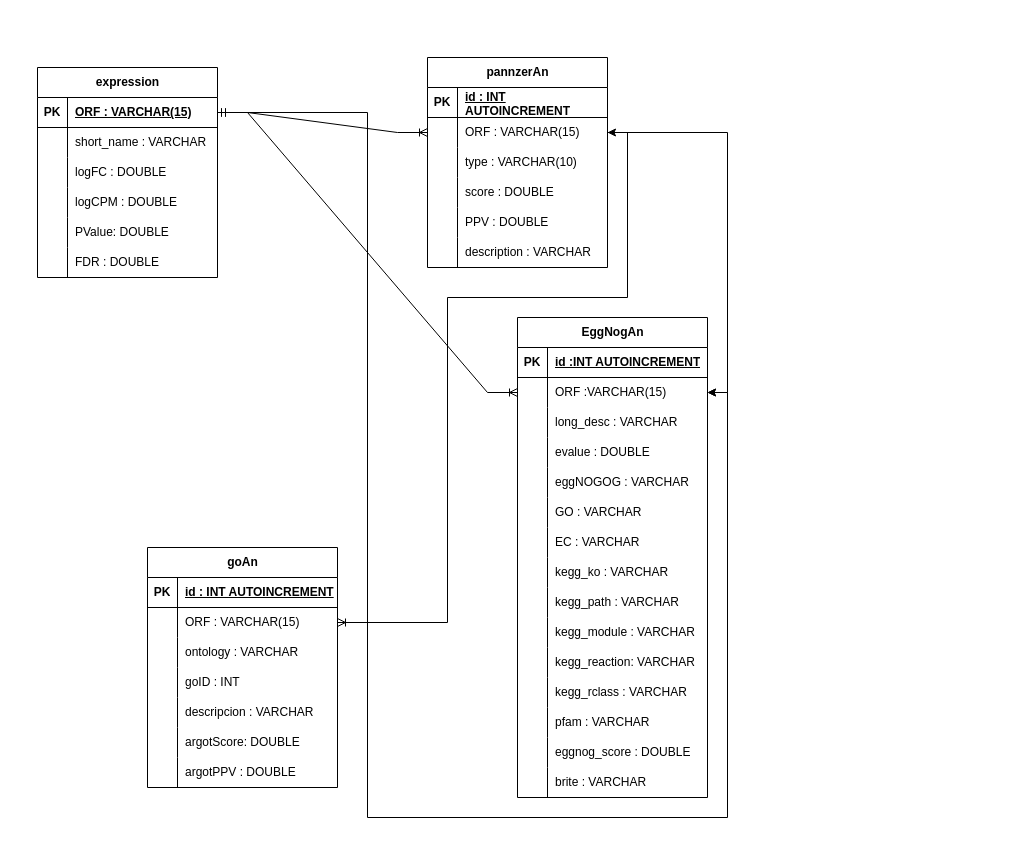
Earlier version of the draw.io diagram transcriptDB.drawio (cpatarroyo/transcriptDB). Source tidied: cells renumbered, new cells numbered last; positions are measured from the earlier drawing's top-left corner, leaving out a move shared by most shapes. Both pictures are drawn from the tidied source at 100%, with x=0, y=0 at pixel (37, 57).
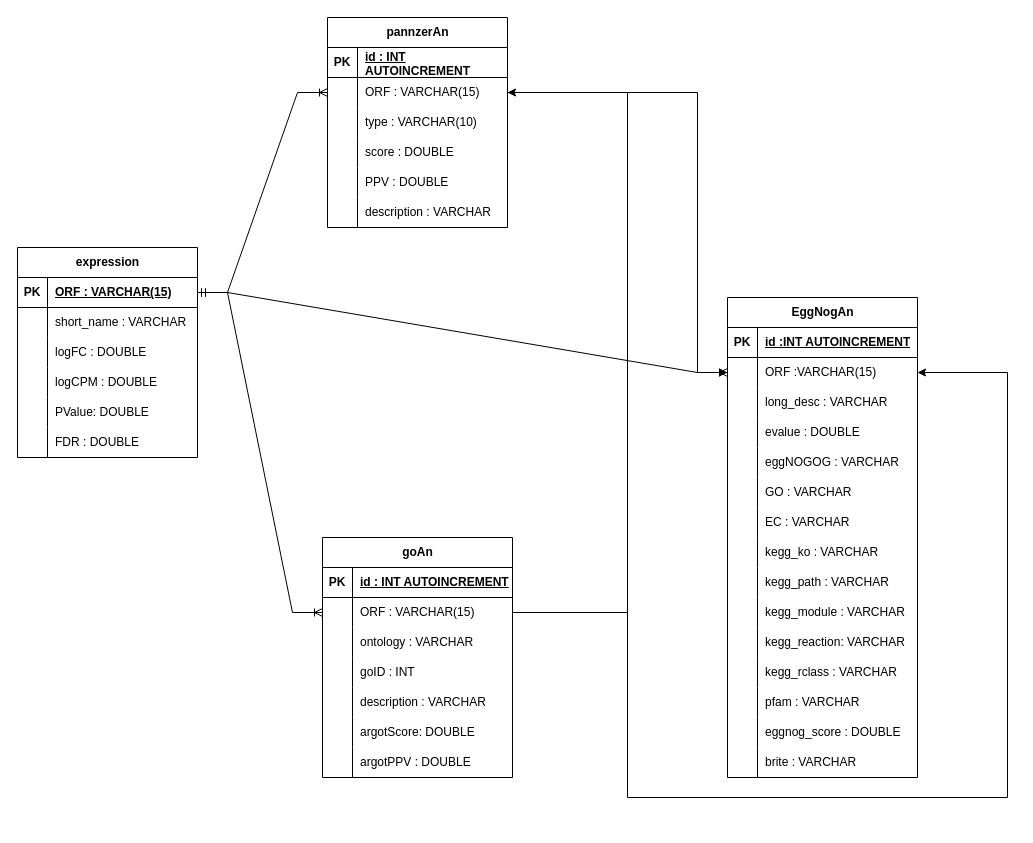
The same diagram, later.

Unchanged cells that the change refers to:
```xml
<mxCell id="7" style="shape=tableRow;horizontal=0;startSize=0;swimlaneHead=0;swimlaneBody=0;fillColor=none;points=[[0,0.5],[1,0.5]];portConstraint=eastwest;top=0;left=0;right=0;bottom=0;" parent="3" vertex="1">
  <mxGeometry y="60" width="190" height="30" as="geometry" />
</mxCell>
<mxCell id="72" style="shape=tableRow;horizontal=0;startSize=0;swimlaneHead=0;swimlaneBody=0;fillColor=none;points=[[0,0.5],[1,0.5]];portConstraint=eastwest;top=0;left=0;right=0;bottom=0;" parent="68" vertex="1">
  <mxGeometry y="60" width="190" height="30" as="geometry" />
</mxCell>
<mxCell id="81" style="shape=tableRow;horizontal=0;startSize=0;swimlaneHead=0;swimlaneBody=0;fillColor=none;top=0;left=0;right=0;bottom=0;" parent="68" vertex="1">
  <mxGeometry y="150" width="190" height="30" as="geometry" />
</mxCell>
<mxCell id="94" style="shape=tableRow;horizontal=0;startSize=0;swimlaneHead=0;swimlaneBody=0;fillColor=none;points=[[0,0.5],[1,0.5]];portConstraint=eastwest;top=0;left=0;right=0;bottom=0;" parent="90" vertex="1">
  <mxGeometry y="60" width="180" height="30" as="geometry" />
</mxCell>
```

What changed in the source:
```diff
@@
     <mxCell id="3" value="EggNogAn" style="shape=table;startSize=30;childLayout=tableLayout;rowLines=0;fontStyle=1;align=center;html=1;" parent="1" vertex="1">
-      <mxGeometry x="480" y="260" width="190" height="480" as="geometry" />
+      <mxGeometry x="690" y="240" width="190" height="480" as="geometry" />
     </mxCell>
@@
     <mxCell id="49" value="expression" style="shape=table;startSize=30;childLayout=tableLayout;rowLines=0;fontStyle=1;align=center;html=1;" parent="1" vertex="1">
-      <mxGeometry y="10" width="180" height="210" as="geometry" />
+      <mxGeometry x="-20" y="190" width="180" height="210" as="geometry" />
     </mxCell>
@@
     <mxCell id="68" value="goAn" style="shape=table;startSize=30;childLayout=tableLayout;rowLines=0;fontStyle=1;align=center;html=1;" parent="1" vertex="1">
-      <mxGeometry x="110" y="490" width="190" height="240" as="geometry" />
+      <mxGeometry x="285" y="480" width="190" height="240" as="geometry" />
     </mxCell>
@@
-    <mxCell id="83" value="descripcion : VARCHAR" style="shape=partialRectangle;fillColor=none;top=0;left=0;bottom=0;right=0;align=left;spacingLeft=6;overflow=hidden;whiteSpace=wrap;html=1;" parent="81" vertex="1">
+    <mxCell id="83" value="description : VARCHAR" style="shape=partialRectangle;fillColor=none;top=0;left=0;bottom=0;right=0;align=left;spacingLeft=6;overflow=hidden;whiteSpace=wrap;html=1;" parent="81" vertex="1">
       <mxGeometry x="30" width="160" height="30" as="geometry" />
     </mxCell>
@@
     <mxCell id="90" value="pannzerAn" style="shape=table;startSize=30;childLayout=tableLayout;rowLines=0;fontStyle=1;align=center;html=1;" parent="1" vertex="1">
-      <mxGeometry x="390" width="180" height="210" as="geometry" />
+      <mxGeometry x="290" y="-40" width="180" height="210" as="geometry" />
     </mxCell>
@@
     <mxCell id="111" style="edgeStyle=orthogonalEdgeStyle;rounded=0;jettySize=auto;html=1;exitX=1;exitY=0.5;exitDx=0;exitDy=0;entryX=1;entryY=0.5;entryDx=0;entryDy=0;" parent="1" edge="1" source="72" target="7">
       <mxGeometry relative="1" as="geometry">
         <Array as="points">
-          <mxPoint x="330" y="565" />
-          <mxPoint x="330" y="760" />
-          <mxPoint x="690" y="760" />
-          <mxPoint x="690" y="335" />
+          <mxPoint x="590" y="555" />
+          <mxPoint x="590" y="740" />
+          <mxPoint x="970" y="740" />
+          <mxPoint x="970" y="315" />
         </Array>
       </mxGeometry>
     </mxCell>
     <mxCell id="112" style="edgeStyle=orthogonalEdgeStyle;rounded=0;jettySize=auto;html=1;exitX=1;exitY=0.5;exitDx=0;exitDy=0;entryX=1;entryY=0.5;entryDx=0;entryDy=0;" parent="1" edge="1" source="72" target="94">
       <mxGeometry relative="1" as="geometry">
         <Array as="points">
-          <mxPoint x="410" y="565" />
-          <mxPoint x="410" y="240" />
-          <mxPoint x="590" y="240" />
-          <mxPoint x="590" y="75" />
+          <mxPoint x="590" y="555" />
+          <mxPoint x="590" y="35" />
         </Array>
       </mxGeometry>
     </mxCell>
-    <mxCell id="113" style="edgeStyle=orthogonalEdgeStyle;rounded=0;jettySize=auto;html=1;entryX=1;entryY=0.5;entryDx=0;entryDy=0;" parent="1" edge="1" source="94" target="7">
-      <mxGeometry relative="1" as="geometry" />
+    <mxCell id="113" style="edgeStyle=orthogonalEdgeStyle;rounded=0;jettySize=auto;html=1;entryX=0;entryY=0.5;entryDx=0;entryDy=0;" parent="1" edge="1" source="94" target="7">
+      <mxGeometry relative="1" as="geometry">
+        <Array as="points">
+          <mxPoint x="660" y="35" />
+          <mxPoint x="660" y="315" />
+        </Array>
+      </mxGeometry>
     </mxCell>
```
